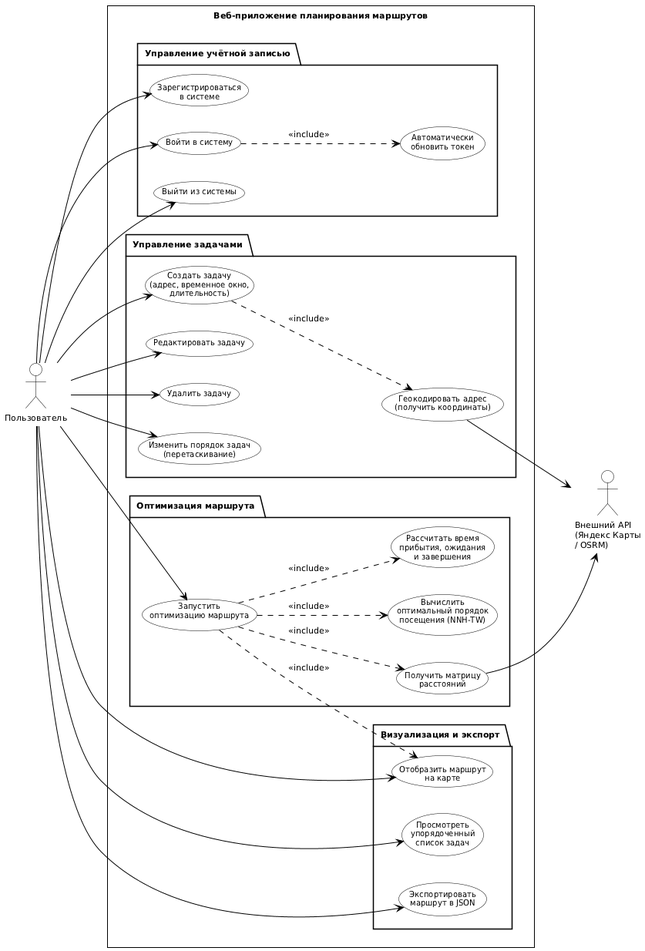
This is Диплом Latex/images/use_case.png from Tyutichkin/diploma, a PlantUML export, as it was before one commit. Its diagram source:
```plantuml
@startuml use_case

skinparam monochrome true
skinparam shadowing false
skinparam defaultFontName "DejaVu Sans"
skinparam defaultFontSize 11
skinparam ArrowColor Black
skinparam ActorBorderColor Black
skinparam ActorBackgroundColor White
skinparam UsecaseBorderColor Black
skinparam UsecaseBackgroundColor White
skinparam UsecaseFontSize 10
skinparam PackageBorderColor Black
skinparam PackageBackgroundColor White
skinparam Padding 5
skinparam RoundCorner 0

left to right direction

actor "Пользователь" as User
actor "Внешний API\n(Яндекс Карты\n/ OSRM)" as ExtAPI

rectangle "Веб-приложение планирования маршрутов" {

    package "Управление учётной записью" {
        usecase "Зарегистрироваться\nв системе" as UC_REG
        usecase "Войти в систему" as UC_LOGIN
        usecase "Выйти из системы" as UC_LOGOUT
        usecase "Автоматически\nобновить токен" as UC_REFRESH
    }

    package "Управление задачами" {
        usecase "Создать задачу\n(адрес, временное окно,\nдлительность)" as UC_CREATE
        usecase "Редактировать задачу" as UC_EDIT
        usecase "Удалить задачу" as UC_DELETE
        usecase "Изменить порядок задач\n(перетаскивание)" as UC_REORDER
        usecase "Геокодировать адрес\n(получить координаты)" as UC_GEO
    }

    package "Оптимизация маршрута" {
        usecase "Запустить\nоптимизацию маршрута" as UC_OPT
        usecase "Получить матрицу\nрасстояний" as UC_MATRIX
        usecase "Вычислить\nоптимальный порядок\nпосещения (NNH-TW)" as UC_NNH
        usecase "Рассчитать время\nприбытия, ожидания\nи завершения" as UC_TIME
    }

    package "Визуализация и экспорт" {
        usecase "Отобразить маршрут\nна карте" as UC_MAP
        usecase "Просмотреть\nупорядоченный\nсписок задач" as UC_LIST
        usecase "Экспортировать\nмаршрут в JSON" as UC_EXPORT
    }
}

User --> UC_REG
User --> UC_LOGIN
User --> UC_LOGOUT
User --> UC_CREATE
User --> UC_EDIT
User --> UC_DELETE
User --> UC_REORDER
User --> UC_OPT
User --> UC_MAP
User --> UC_LIST
User --> UC_EXPORT

UC_LOGIN ..> UC_REFRESH : <<include>>
UC_CREATE ..> UC_GEO : <<include>>
UC_OPT ..> UC_MATRIX : <<include>>
UC_OPT ..> UC_NNH : <<include>>
UC_OPT ..> UC_TIME : <<include>>
UC_OPT ..> UC_MAP : <<include>>

UC_GEO --> ExtAPI
UC_MATRIX --> ExtAPI

@enduml
```
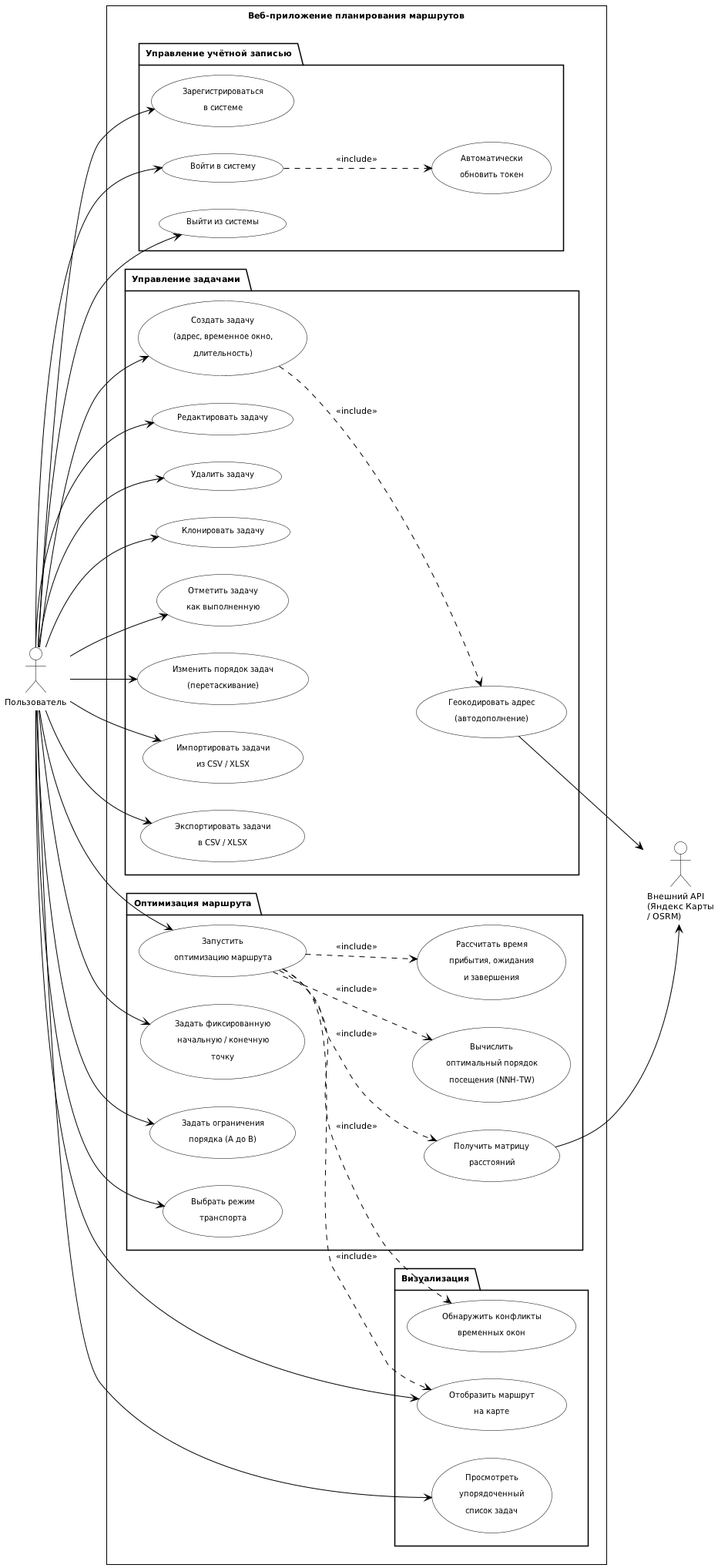
After the commit.

What changed in the source:
```diff
@@ -33,8 +33,12 @@
         usecase "Создать задачу\n(адрес, временное окно,\nдлительность)" as UC_CREATE
         usecase "Редактировать задачу" as UC_EDIT
         usecase "Удалить задачу" as UC_DELETE
+        usecase "Клонировать задачу" as UC_CLONE
+        usecase "Отметить задачу\nкак выполненную" as UC_COMPLETE
         usecase "Изменить порядок задач\n(перетаскивание)" as UC_REORDER
-        usecase "Геокодировать адрес\n(получить координаты)" as UC_GEO
+        usecase "Импортировать задачи\nиз CSV / XLSX" as UC_IMPORT
+        usecase "Экспортировать задачи\nв CSV / XLSX" as UC_EXPORT
+        usecase "Геокодировать адрес\n(автодополнение)" as UC_GEO
     }
 
     package "Оптимизация маршрута" {
@@ -42,12 +46,15 @@
         usecase "Получить матрицу\nрасстояний" as UC_MATRIX
         usecase "Вычислить\nоптимальный порядок\nпосещения (NNH-TW)" as UC_NNH
         usecase "Рассчитать время\nприбытия, ожидания\nи завершения" as UC_TIME
+        usecase "Задать фиксированную\nначальную / конечную\nточку" as UC_FIX
+        usecase "Задать ограничения\nпорядка (A до B)" as UC_PREC
+        usecase "Выбрать режим\nтранспорта" as UC_TRANSPORT
     }
 
-    package "Визуализация и экспорт" {
+    package "Визуализация" {
         usecase "Отобразить маршрут\nна карте" as UC_MAP
         usecase "Просмотреть\nупорядоченный\nсписок задач" as UC_LIST
-        usecase "Экспортировать\nмаршрут в JSON" as UC_EXPORT
+        usecase "Обнаружить конфликты\nвременных окон" as UC_CONFLICT
     }
 }
 
@@ -57,11 +64,17 @@
 User --> UC_CREATE
 User --> UC_EDIT
 User --> UC_DELETE
+User --> UC_CLONE
+User --> UC_COMPLETE
 User --> UC_REORDER
+User --> UC_IMPORT
+User --> UC_EXPORT
 User --> UC_OPT
+User --> UC_FIX
+User --> UC_PREC
+User --> UC_TRANSPORT
 User --> UC_MAP
 User --> UC_LIST
-User --> UC_EXPORT
 
 UC_LOGIN ..> UC_REFRESH : <<include>>
 UC_CREATE ..> UC_GEO : <<include>>
@@ -69,6 +82,7 @@
 UC_OPT ..> UC_NNH : <<include>>
 UC_OPT ..> UC_TIME : <<include>>
 UC_OPT ..> UC_MAP : <<include>>
+UC_OPT ..> UC_CONFLICT : <<include>>
 
 UC_GEO --> ExtAPI
 UC_MATRIX --> ExtAPI
```
